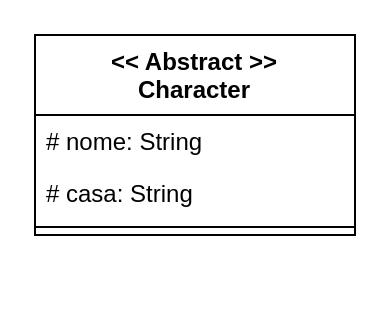
Earlier version of the draw.io diagram hp.drawio (laurasultan/java). Source tidied: cells renumbered, new cells numbered last; positions are measured from the earlier drawing's top-left corner, leaving out a move shared by most shapes. Both pictures are drawn from the tidied source at 200%, with x=0, y=0 at pixel (34, 34).
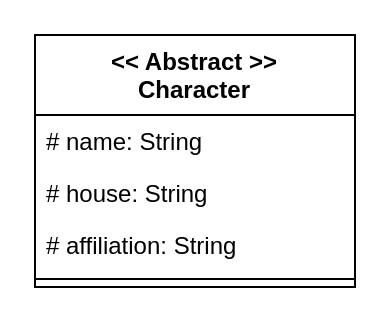
The same page after the edit.

What changed in the source:
```diff
@@
 <mxGraphModel>
   <root>
     <mxCell id="0" />
     <mxCell id="1" parent="0" />
     <mxCell id="2" value="&lt;div&gt;&amp;lt;&amp;lt; Abstract &amp;gt;&amp;gt;&lt;/div&gt;&lt;div&gt;Character&lt;br&gt;&lt;/div&gt;" style="swimlane;fontStyle=1;align=center;verticalAlign=top;horizontal=1;startSize=40;whiteSpace=wrap;html=1;" parent="1" vertex="1">
-      <mxGeometry width="160" height="100" as="geometry" />
+      <mxGeometry width="160" height="126" as="geometry" />
     </mxCell>
-    <mxCell id="3" value="# nome: String" style="text;strokeColor=none;fillColor=none;align=left;verticalAlign=top;spacingLeft=4;spacingRight=4;overflow=hidden;whiteSpace=wrap;html=1;" parent="2" vertex="1">
+    <mxCell id="3" value="# name: String" style="text;strokeColor=none;fillColor=none;align=left;verticalAlign=top;spacingLeft=4;spacingRight=4;overflow=hidden;whiteSpace=wrap;html=1;" parent="2" vertex="1">
       <mxGeometry y="40" width="160" height="26" as="geometry" />
     </mxCell>
-    <mxCell id="4" value="# casa: String" style="text;strokeColor=none;fillColor=none;align=left;verticalAlign=top;spacingLeft=4;spacingRight=4;overflow=hidden;whiteSpace=wrap;html=1;" parent="2" vertex="1">
+    <mxCell id="4" value="# house: String" style="text;strokeColor=none;fillColor=none;align=left;verticalAlign=top;spacingLeft=4;spacingRight=4;overflow=hidden;whiteSpace=wrap;html=1;" parent="2" vertex="1">
       <mxGeometry y="66" width="160" height="26" as="geometry" />
     </mxCell>
+    <mxCell id="6" value="# affiliation: String" style="text;strokeColor=none;fillColor=none;align=left;verticalAlign=top;spacingLeft=4;spacingRight=4;overflow=hidden;whiteSpace=wrap;html=1;" parent="2" vertex="1">
+      <mxGeometry y="92" width="160" height="26" as="geometry" />
+    </mxCell>
     <mxCell id="5" style="line;strokeWidth=1;fillColor=none;align=left;verticalAlign=middle;spacingTop=-1;spacingLeft=3;spacingRight=3;labelPosition=right;strokeColor=inherit;" parent="2" vertex="1">
-      <mxGeometry y="92" width="160" height="8" as="geometry" />
+      <mxGeometry y="118" width="160" height="8" as="geometry" />
     </mxCell>
   </root>
 </mxGraphModel>
```
